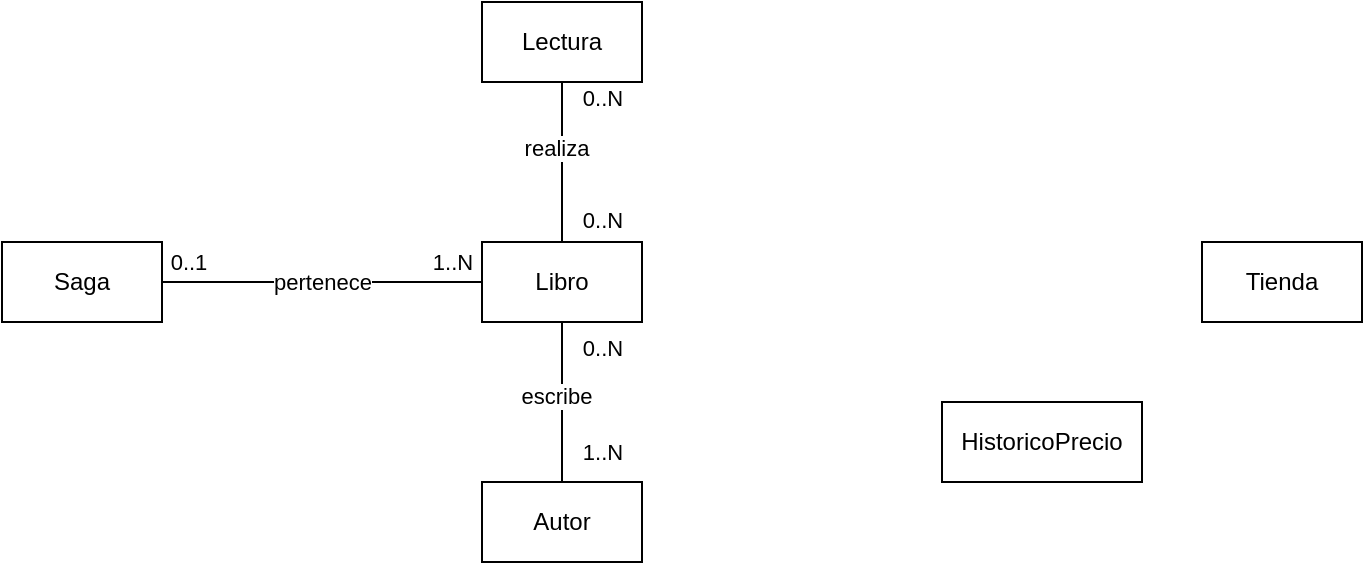
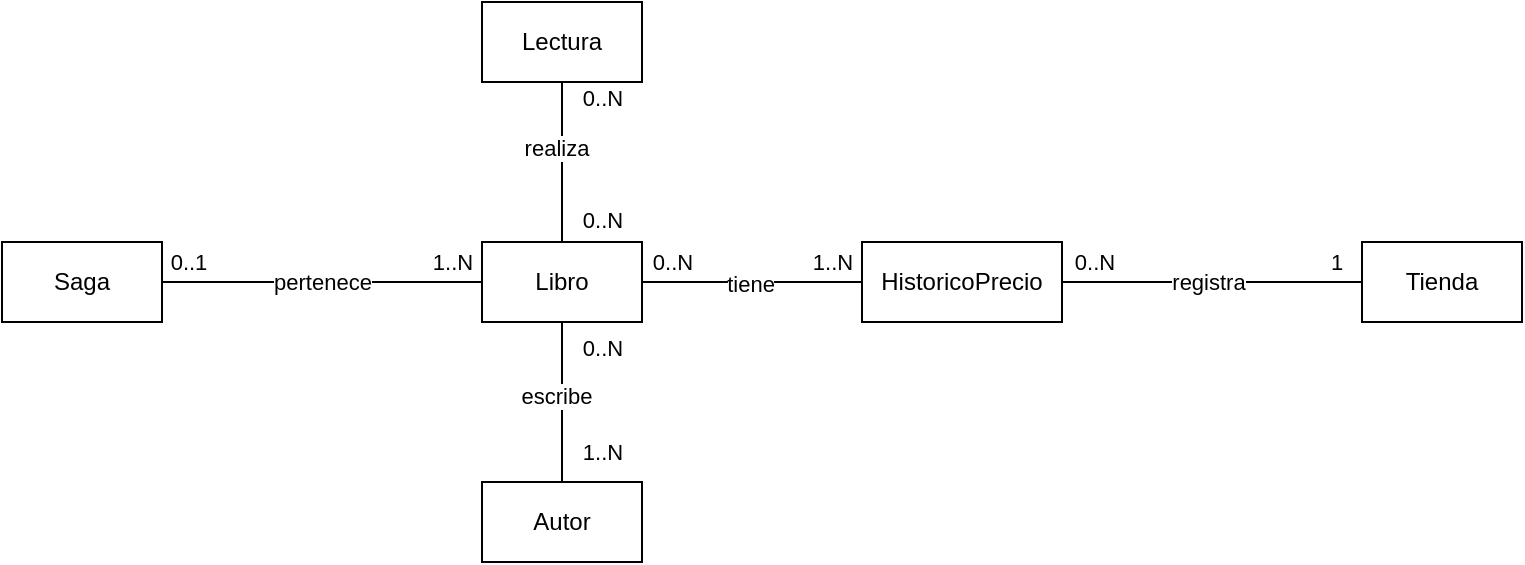
<mxfile host="app.diagrams.net">
  <diagram name="Page-1" id="ejq48JmGqLsUHP2On9Ul">
    <mxGraphModel dx="975" dy="536" grid="1" gridSize="10" guides="1" tooltips="1" connect="1" arrows="1" fold="1" page="1" pageScale="1" pageWidth="827" pageHeight="1169" math="0" shadow="0">
      <root>
        <mxCell id="0" />
        <mxCell id="1" parent="0" />
        <mxCell id="4SBa8CdvZmxfMXgi_6mw-10" edge="1" parent="1" source="4SBa8CdvZmxfMXgi_6mw-1" style="edgeStyle=orthogonalEdgeStyle;rounded=0;orthogonalLoop=1;jettySize=auto;html=1;entryX=0.5;entryY=0;entryDx=0;entryDy=0;endArrow=none;endFill=0;" target="4SBa8CdvZmxfMXgi_6mw-3">
          <mxGeometry relative="1" as="geometry" />
        </mxCell>
        <mxCell id="4SBa8CdvZmxfMXgi_6mw-11" connectable="0" parent="4SBa8CdvZmxfMXgi_6mw-10" style="edgeLabel;html=1;align=center;verticalAlign=middle;resizable=0;points=[];" value="escribe" vertex="1">
          <mxGeometry relative="1" x="-0.0759" y="-3" as="geometry">
            <mxPoint as="offset" />
          </mxGeometry>
        </mxCell>
        <mxCell id="4SBa8CdvZmxfMXgi_6mw-28" connectable="0" parent="4SBa8CdvZmxfMXgi_6mw-10" style="edgeLabel;html=1;align=center;verticalAlign=middle;resizable=0;points=[];" value="1..N" vertex="1">
          <mxGeometry relative="1" x="0.6172" y="-1" as="geometry">
            <mxPoint x="21" as="offset" />
          </mxGeometry>
        </mxCell>
        <mxCell id="4SBa8CdvZmxfMXgi_6mw-29" connectable="0" parent="4SBa8CdvZmxfMXgi_6mw-10" style="edgeLabel;html=1;align=center;verticalAlign=middle;resizable=0;points=[];" value="0..N" vertex="1">
          <mxGeometry relative="1" x="-0.6931" y="2" as="geometry">
            <mxPoint x="18" as="offset" />
          </mxGeometry>
        </mxCell>
        <mxCell id="4SBa8CdvZmxfMXgi_6mw-12" edge="1" parent="1" source="4SBa8CdvZmxfMXgi_6mw-1" style="edgeStyle=orthogonalEdgeStyle;rounded=0;orthogonalLoop=1;jettySize=auto;html=1;entryX=1;entryY=0.5;entryDx=0;entryDy=0;endArrow=none;endFill=0;" target="4SBa8CdvZmxfMXgi_6mw-4" value="pertenece">
          <mxGeometry relative="1" as="geometry" />
        </mxCell>
        <mxCell id="4SBa8CdvZmxfMXgi_6mw-26" connectable="0" parent="4SBa8CdvZmxfMXgi_6mw-12" style="edgeLabel;html=1;align=center;verticalAlign=middle;resizable=0;points=[];" value="0..1" vertex="1">
          <mxGeometry relative="1" x="0.8427" y="-2" as="geometry">
            <mxPoint y="-8" as="offset" />
          </mxGeometry>
        </mxCell>
        <mxCell id="4SBa8CdvZmxfMXgi_6mw-27" connectable="0" parent="4SBa8CdvZmxfMXgi_6mw-12" style="edgeLabel;html=1;align=center;verticalAlign=middle;resizable=0;points=[];" value="1..N" vertex="1">
          <mxGeometry relative="1" x="-0.8039" as="geometry">
            <mxPoint y="-10" as="offset" />
          </mxGeometry>
        </mxCell>
+         <mxCell id="4SBa8CdvZmxfMXgi_6mw-32" edge="1" parent="1" source="4SBa8CdvZmxfMXgi_6mw-1" style="edgeStyle=orthogonalEdgeStyle;rounded=0;orthogonalLoop=1;jettySize=auto;html=1;exitX=1;exitY=0.5;exitDx=0;exitDy=0;entryX=0;entryY=0.5;entryDx=0;entryDy=0;endArrow=none;endFill=0;" target="4SBa8CdvZmxfMXgi_6mw-17">
+           <mxGeometry relative="1" as="geometry" />
+         </mxCell>
+         <mxCell id="4SBa8CdvZmxfMXgi_6mw-34" connectable="0" parent="4SBa8CdvZmxfMXgi_6mw-32" style="edgeLabel;html=1;align=center;verticalAlign=middle;resizable=0;points=[];" value="tiene" vertex="1">
+           <mxGeometry relative="1" x="-0.0188" y="-1" as="geometry">
+             <mxPoint as="offset" />
+           </mxGeometry>
+         </mxCell>
+         <mxCell id="4SBa8CdvZmxfMXgi_6mw-35" connectable="0" parent="4SBa8CdvZmxfMXgi_6mw-32" style="edgeLabel;html=1;align=center;verticalAlign=middle;resizable=0;points=[];" value="0..N" vertex="1">
+           <mxGeometry relative="1" x="-0.8088" y="1" as="geometry">
+             <mxPoint x="4" y="-9" as="offset" />
+           </mxGeometry>
+         </mxCell>
+         <mxCell id="4SBa8CdvZmxfMXgi_6mw-36" connectable="0" parent="4SBa8CdvZmxfMXgi_6mw-32" style="edgeLabel;html=1;align=center;verticalAlign=middle;resizable=0;points=[];" value="1..N" vertex="1">
+           <mxGeometry relative="1" x="0.8339" y="-1" as="geometry">
+             <mxPoint x="-6" y="-11" as="offset" />
+           </mxGeometry>
+         </mxCell>
        <mxCell id="4SBa8CdvZmxfMXgi_6mw-1" parent="1" style="rounded=0;whiteSpace=wrap;html=1;" value="Libro" vertex="1">
          <mxGeometry height="40" width="80" x="280" y="160" as="geometry" />
        </mxCell>
        <mxCell id="4SBa8CdvZmxfMXgi_6mw-3" parent="1" style="rounded=0;whiteSpace=wrap;html=1;" value="Autor" vertex="1">
          <mxGeometry height="40" width="80" x="280" y="280" as="geometry" />
        </mxCell>
        <mxCell id="4SBa8CdvZmxfMXgi_6mw-4" parent="1" style="rounded=0;whiteSpace=wrap;html=1;" value="Saga" vertex="1">
          <mxGeometry height="40" width="80" x="40" y="160" as="geometry" />
        </mxCell>
+         <mxCell id="4SBa8CdvZmxfMXgi_6mw-33" edge="1" parent="1" source="4SBa8CdvZmxfMXgi_6mw-5" style="edgeStyle=orthogonalEdgeStyle;rounded=0;orthogonalLoop=1;jettySize=auto;html=1;entryX=1;entryY=0.5;entryDx=0;entryDy=0;endArrow=none;endFill=0;" target="4SBa8CdvZmxfMXgi_6mw-17">
+           <mxGeometry relative="1" as="geometry" />
+         </mxCell>
+         <mxCell id="4SBa8CdvZmxfMXgi_6mw-37" connectable="0" parent="4SBa8CdvZmxfMXgi_6mw-33" style="edgeLabel;html=1;align=center;verticalAlign=middle;resizable=0;points=[];" value="registra" vertex="1">
+           <mxGeometry relative="1" x="0.0251" as="geometry">
+             <mxPoint as="offset" />
+           </mxGeometry>
+         </mxCell>
+         <mxCell id="4SBa8CdvZmxfMXgi_6mw-38" connectable="0" parent="4SBa8CdvZmxfMXgi_6mw-33" style="edgeLabel;html=1;align=center;verticalAlign=middle;resizable=0;points=[];" value="0..N" vertex="1">
+           <mxGeometry relative="1" x="0.7908" as="geometry">
+             <mxPoint y="-10" as="offset" />
+           </mxGeometry>
+         </mxCell>
+         <mxCell id="4SBa8CdvZmxfMXgi_6mw-39" connectable="0" parent="4SBa8CdvZmxfMXgi_6mw-33" style="edgeLabel;html=1;align=center;verticalAlign=middle;resizable=0;points=[];" value="1" vertex="1">
+           <mxGeometry relative="1" x="-0.8184" y="1" as="geometry">
+             <mxPoint y="-11" as="offset" />
+           </mxGeometry>
+         </mxCell>
        <mxCell id="4SBa8CdvZmxfMXgi_6mw-5" parent="1" style="rounded=0;whiteSpace=wrap;html=1;" value="Tienda" vertex="1">
-           <mxGeometry height="40" width="80" x="640" y="160" as="geometry" />
+           <mxGeometry height="40" width="80" x="720" y="160" as="geometry" />
        </mxCell>
        <mxCell id="4SBa8CdvZmxfMXgi_6mw-17" parent="1" style="rounded=0;whiteSpace=wrap;html=1;" value="Historico&lt;span style=&quot;background-color: transparent; color: light-dark(rgb(0, 0, 0), rgb(255, 255, 255));&quot;&gt;Precio&lt;/span&gt;" vertex="1">
-           <mxGeometry height="40" width="100" x="510" y="240" as="geometry" />
+           <mxGeometry height="40" width="100" x="470" y="160" as="geometry" />
        </mxCell>
        <mxCell id="4SBa8CdvZmxfMXgi_6mw-20" edge="1" parent="1" source="4SBa8CdvZmxfMXgi_6mw-19" style="edgeStyle=orthogonalEdgeStyle;rounded=0;orthogonalLoop=1;jettySize=auto;html=1;entryX=0.5;entryY=0;entryDx=0;entryDy=0;endArrow=none;endFill=0;" target="4SBa8CdvZmxfMXgi_6mw-1">
          <mxGeometry relative="1" as="geometry" />
        </mxCell>
        <mxCell id="4SBa8CdvZmxfMXgi_6mw-21" connectable="0" parent="4SBa8CdvZmxfMXgi_6mw-20" style="edgeLabel;html=1;align=center;verticalAlign=middle;resizable=0;points=[];" value="realiza" vertex="1">
          <mxGeometry relative="1" x="-0.1759" y="-3" as="geometry">
            <mxPoint as="offset" />
          </mxGeometry>
        </mxCell>
        <mxCell id="4SBa8CdvZmxfMXgi_6mw-30" connectable="0" parent="4SBa8CdvZmxfMXgi_6mw-20" style="edgeLabel;html=1;align=center;verticalAlign=middle;resizable=0;points=[];" value="0..N" vertex="1">
          <mxGeometry relative="1" x="0.7207" y="1" as="geometry">
            <mxPoint x="19" as="offset" />
          </mxGeometry>
        </mxCell>
        <mxCell id="4SBa8CdvZmxfMXgi_6mw-31" connectable="0" parent="4SBa8CdvZmxfMXgi_6mw-20" style="edgeLabel;html=1;align=center;verticalAlign=middle;resizable=0;points=[];" value="0..N" vertex="1">
          <mxGeometry relative="1" x="-0.7966" as="geometry">
            <mxPoint x="20" as="offset" />
          </mxGeometry>
        </mxCell>
        <mxCell id="4SBa8CdvZmxfMXgi_6mw-19" parent="1" style="rounded=0;whiteSpace=wrap;html=1;" value="Lectura" vertex="1">
          <mxGeometry height="40" width="80" x="280" y="40" as="geometry" />
        </mxCell>
      </root>
    </mxGraphModel>
  </diagram>
</mxfile>
